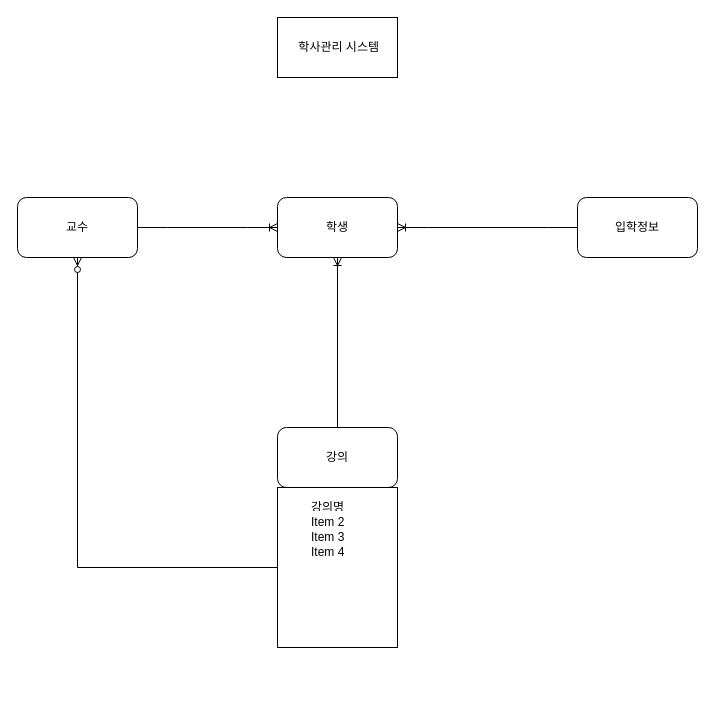
D-o-H-w-a/SelfStudy keeps this draw.io diagram as 자습용 다이어그램.drawio. Above is the earlier version. Source tidied: cells renumbered, new cells numbered last; positions are measured from the earlier drawing's top-left corner, leaving out a move shared by most shapes. Both pictures are drawn from the tidied source at 100%, with x=0, y=0 at pixel (17, 17).
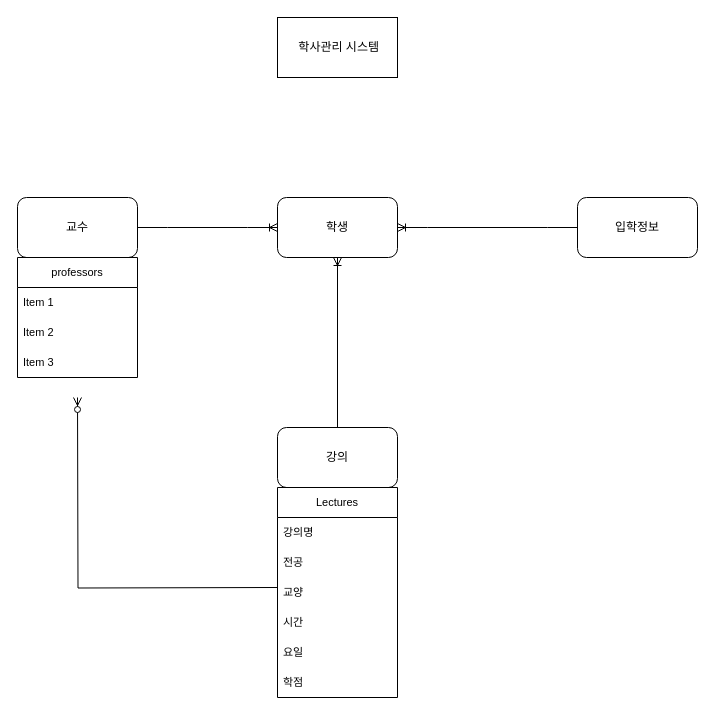
Above is the later version.

Commit message:
다이어그렘 저장

Unchanged cells that the change refers to:
```xml
<mxCell id="4" value="교수" style="rounded=1;whiteSpace=wrap;html=1;" parent="1" vertex="1">
  <mxGeometry y="180" width="120" height="60" as="geometry" />
</mxCell>
```

Change to the diagram source:
```diff
@@
-    <mxCell id="10" style="rounded=0;whiteSpace=wrap;html=1;" parent="1" vertex="1">
-      <mxGeometry x="260" y="470" width="120" height="160" as="geometry" />
-    </mxCell>
-    <mxCell id="11" style="shape=table;startSize=0;childLayout=tableLayout;fontSize=11;fillColor=none;strokeColor=none;" parent="1" vertex="1">
-      <mxGeometry x="287" y="480" width="60" height="60" as="geometry" />
-    </mxCell>
-    <mxCell id="12" style="shape=tableRow;horizontal=0;startSize=0;swimlaneHead=0;swimlaneBody=0;strokeColor=inherit;top=0;left=0;bottom=0;right=0;fillColor=none;fontSize=16;" parent="11" vertex="1">
-      <mxGeometry width="60" height="15" as="geometry" />
-    </mxCell>
+    <mxCell id="20" style="fontSize=12;html=1;endArrow=ERzeroToMany;endFill=1;rounded=0;edgeStyle=orthogonalEdgeStyle;exitX=0;exitY=0.5;exitDx=0;exitDy=0;" parent="1" edge="1">
+      <mxGeometry relative="1" as="geometry">
+        <mxPoint x="260" y="570" as="sourcePoint" />
+        <mxPoint x="60" y="380" as="targetPoint" />
+      </mxGeometry>
+    </mxCell>
+    <mxCell id="21" value="Lectures" style="swimlane;fontStyle=0;horizontal=1;startSize=30;whiteSpace=wrap;html=1;align=center;verticalAlign=middle;fontFamily=Helvetica;fontSize=11;fontColor=default;fillColor=none;" parent="1" vertex="1">
+      <mxGeometry x="260" y="470" width="120" height="210" as="geometry" />
+    </mxCell>
-    <mxCell id="13" value="강의명" style="shape=partialRectangle;html=1;whiteSpace=wrap;strokeColor=inherit;overflow=hidden;fillColor=none;top=0;left=0;bottom=0;right=0;fontSize=12;align=left;spacingLeft=5;" parent="12" vertex="1">
-      <mxGeometry width="60" height="15" as="geometry" />
+    <mxCell id="13" value="강의명" style="text;strokeColor=none;fillColor=none;align=left;verticalAlign=middle;spacingLeft=4;spacingRight=4;overflow=hidden;whiteSpace=wrap;html=1;fontFamily=Helvetica;fontSize=11;fontColor=default;" parent="21" vertex="1">
+      <mxGeometry y="30" width="120" height="30" as="geometry" />
     </mxCell>
-    <mxCell id="14" style="shape=tableRow;horizontal=0;startSize=0;swimlaneHead=0;swimlaneBody=0;strokeColor=inherit;top=0;left=0;bottom=0;right=0;fillColor=none;fontSize=16;" parent="11" vertex="1">
-      <mxGeometry y="15" width="60" height="15" as="geometry" />
-    </mxCell>
+    <mxCell id="22" value="전공" style="text;strokeColor=none;fillColor=none;align=left;verticalAlign=middle;spacingLeft=4;spacingRight=4;overflow=hidden;whiteSpace=wrap;html=1;fontFamily=Helvetica;fontSize=11;fontColor=default;" parent="21" vertex="1">
+      <mxGeometry y="60" width="120" height="30" as="geometry" />
+    </mxCell>
+    <mxCell id="23" value="교양" style="text;strokeColor=none;fillColor=none;align=left;verticalAlign=middle;spacingLeft=4;spacingRight=4;overflow=hidden;whiteSpace=wrap;html=1;fontFamily=Helvetica;fontSize=11;fontColor=default;" parent="21" vertex="1">
+      <mxGeometry y="90" width="120" height="30" as="geometry" />
+    </mxCell>
+    <mxCell id="24" value="시간" style="text;strokeColor=none;fillColor=none;align=left;verticalAlign=middle;spacingLeft=4;spacingRight=4;overflow=hidden;whiteSpace=wrap;html=1;fontFamily=Helvetica;fontSize=11;fontColor=default;" parent="21" vertex="1">
+      <mxGeometry y="120" width="120" height="30" as="geometry" />
+    </mxCell>
+    <mxCell id="25" value="요일" style="text;strokeColor=none;fillColor=none;align=left;verticalAlign=middle;spacingLeft=4;spacingRight=4;overflow=hidden;whiteSpace=wrap;html=1;fontFamily=Helvetica;fontSize=11;fontColor=default;" parent="21" vertex="1">
+      <mxGeometry y="150" width="120" height="30" as="geometry" />
+    </mxCell>
+    <mxCell id="26" value="학점" style="text;strokeColor=none;fillColor=none;align=left;verticalAlign=middle;spacingLeft=4;spacingRight=4;overflow=hidden;whiteSpace=wrap;html=1;fontFamily=Helvetica;fontSize=11;fontColor=default;" parent="21" vertex="1">
+      <mxGeometry y="180" width="120" height="30" as="geometry" />
+    </mxCell>
+    <mxCell id="27" value="professors" style="swimlane;fontStyle=0;horizontal=1;startSize=30;whiteSpace=wrap;html=1;align=center;verticalAlign=middle;fontFamily=Helvetica;fontSize=11;fontColor=default;fillColor=none;" parent="1" vertex="1">
+      <mxGeometry y="240" width="120" height="120" as="geometry" />
+    </mxCell>
+    <mxCell id="28" value="Item 1" style="text;strokeColor=none;fillColor=none;align=left;verticalAlign=middle;spacingLeft=4;spacingRight=4;overflow=hidden;whiteSpace=wrap;html=1;fontFamily=Helvetica;fontSize=11;fontColor=default;" parent="27" vertex="1">
+      <mxGeometry y="30" width="120" height="30" as="geometry" />
+    </mxCell>
-    <mxCell id="15" value="Item 2" style="shape=partialRectangle;html=1;whiteSpace=wrap;strokeColor=inherit;overflow=hidden;fillColor=none;top=0;left=0;bottom=0;right=0;fontSize=12;align=left;spacingLeft=5;" parent="14" vertex="1">
-      <mxGeometry width="60" height="15" as="geometry" />
+    <mxCell id="15" value="Item 2" style="text;strokeColor=none;fillColor=none;align=left;verticalAlign=middle;spacingLeft=4;spacingRight=4;overflow=hidden;whiteSpace=wrap;html=1;fontFamily=Helvetica;fontSize=11;fontColor=default;" parent="27" vertex="1">
+      <mxGeometry y="60" width="120" height="30" as="geometry" />
     </mxCell>
-    <mxCell id="16" style="shape=tableRow;horizontal=0;startSize=0;swimlaneHead=0;swimlaneBody=0;strokeColor=inherit;top=0;left=0;bottom=0;right=0;fillColor=none;fontSize=16;" parent="11" vertex="1">
-      <mxGeometry y="30" width="60" height="15" as="geometry" />
-    </mxCell>
-    <mxCell id="17" value="Item 3" style="shape=partialRectangle;html=1;whiteSpace=wrap;strokeColor=inherit;overflow=hidden;fillColor=none;top=0;left=0;bottom=0;right=0;fontSize=12;align=left;spacingLeft=5;" parent="16" vertex="1">
-      <mxGeometry width="60" height="15" as="geometry" />
+    <mxCell id="17" value="Item 3" style="text;strokeColor=none;fillColor=none;align=left;verticalAlign=middle;spacingLeft=4;spacingRight=4;overflow=hidden;whiteSpace=wrap;html=1;fontFamily=Helvetica;fontSize=11;fontColor=default;" parent="27" vertex="1">
+      <mxGeometry y="90" width="120" height="30" as="geometry" />
     </mxCell>
-    <mxCell id="18" style="shape=tableRow;horizontal=0;startSize=0;swimlaneHead=0;swimlaneBody=0;strokeColor=inherit;top=0;left=0;bottom=0;right=0;fillColor=none;fontSize=16;" parent="11" vertex="1">
-      <mxGeometry y="45" width="60" height="15" as="geometry" />
-    </mxCell>
-    <mxCell id="19" value="Item 4" style="shape=partialRectangle;html=1;whiteSpace=wrap;strokeColor=inherit;overflow=hidden;fillColor=none;top=0;left=0;bottom=0;right=0;fontSize=12;align=left;spacingLeft=5;" parent="18" vertex="1">
-      <mxGeometry width="60" height="15" as="geometry" />
-    </mxCell>
-    <mxCell id="20" style="fontSize=12;html=1;endArrow=ERzeroToMany;endFill=1;rounded=0;entryX=0.5;entryY=1;entryDx=0;entryDy=0;edgeStyle=orthogonalEdgeStyle;exitX=0;exitY=0.5;exitDx=0;exitDy=0;" parent="1" edge="1" source="10" target="4">
-      <mxGeometry relative="1" as="geometry" />
-    </mxCell>
```
